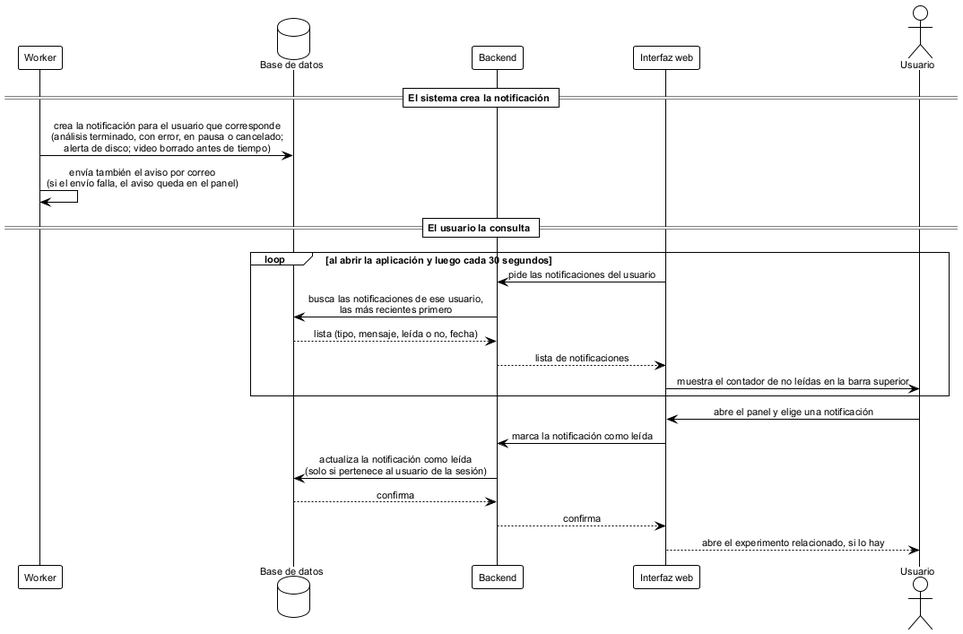
ErickJester/fst-ai-system-latex keeps this PlantUML diagram as figures/diagramas/seq_notificaciones.png. Above is the earlier version.
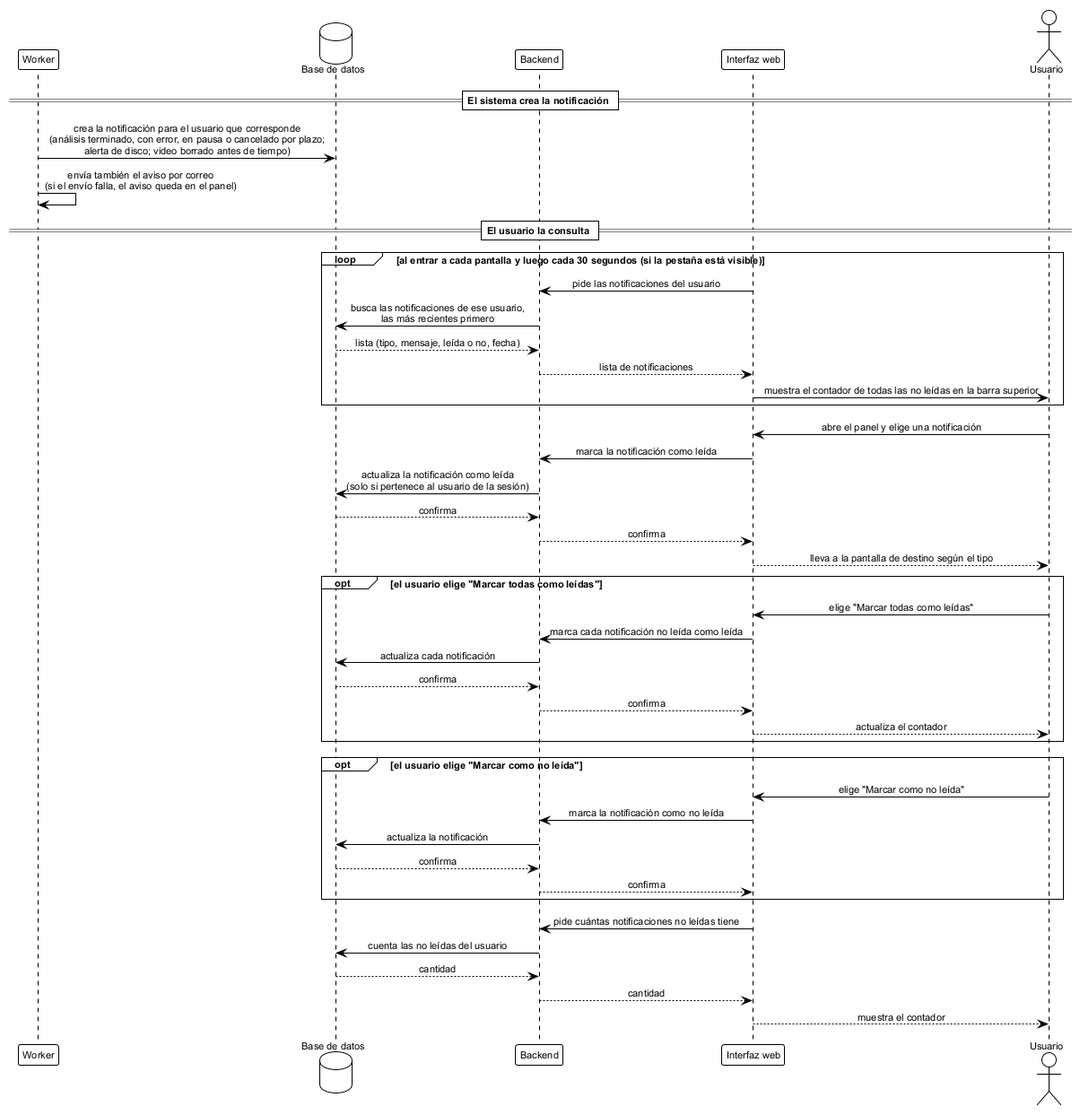
The same file after the commit.

Diff of the diagram source:
```diff
@@ -15,17 +15,17 @@
 
 == El sistema crea la notificación ==
 
-w -> db: crea la notificación para el usuario que corresponde\n(análisis terminado, con error, en pausa o cancelado;\nalerta de disco; video borrado antes de tiempo)
+w -> db: crea la notificación para el usuario que corresponde\n(análisis terminado, con error, en pausa o cancelado por plazo;\nalerta de disco; video borrado antes de tiempo)
 w -> w: envía también el aviso por correo\n(si el envío falla, el aviso queda en el panel)
 
 == El usuario la consulta ==
 
-loop al abrir la aplicación y luego cada 30 segundos
+loop al entrar a cada pantalla y luego cada 30 segundos (si la pestaña está visible)
   ui -> api: pide las notificaciones del usuario
   api -> db: busca las notificaciones de ese usuario,\nlas más recientes primero
   db --> api: lista (tipo, mensaje, leída o no, fecha)
   api --> ui: lista de notificaciones
-  ui -> u: muestra el contador de no leídas en la barra superior
+  ui -> u: muestra el contador de todas las no leídas en la barra superior
 end
 
 u -> ui: abre el panel y elige una notificación
@@ -33,6 +33,29 @@
 api -> db: actualiza la notificación como leída\n(solo si pertenece al usuario de la sesión)
 db --> api: confirma
 api --> ui: confirma
-ui --> u: abre el experimento relacionado, si lo hay
+ui --> u: lleva a la pantalla de destino según el tipo
+
+opt el usuario elige "Marcar todas como leídas"
+  u -> ui: elige "Marcar todas como leídas"
+  ui -> api: marca cada notificación no leída como leída
+  api -> db: actualiza cada notificación
+  db --> api: confirma
+  api --> ui: confirma
+  ui --> u: actualiza el contador
+end
+
+opt el usuario elige "Marcar como no leída"
+  u -> ui: elige "Marcar como no leída"
+  ui -> api: marca la notificación como no leída
+  api -> db: actualiza la notificación
+  db --> api: confirma
+  api --> ui: confirma
+end
+
+ui -> api: pide cuántas notificaciones no leídas tiene
+api -> db: cuenta las no leídas del usuario
+db --> api: cantidad
+api --> ui: cantidad
+ui --> u: muestra el contador
 
 @enduml
```
